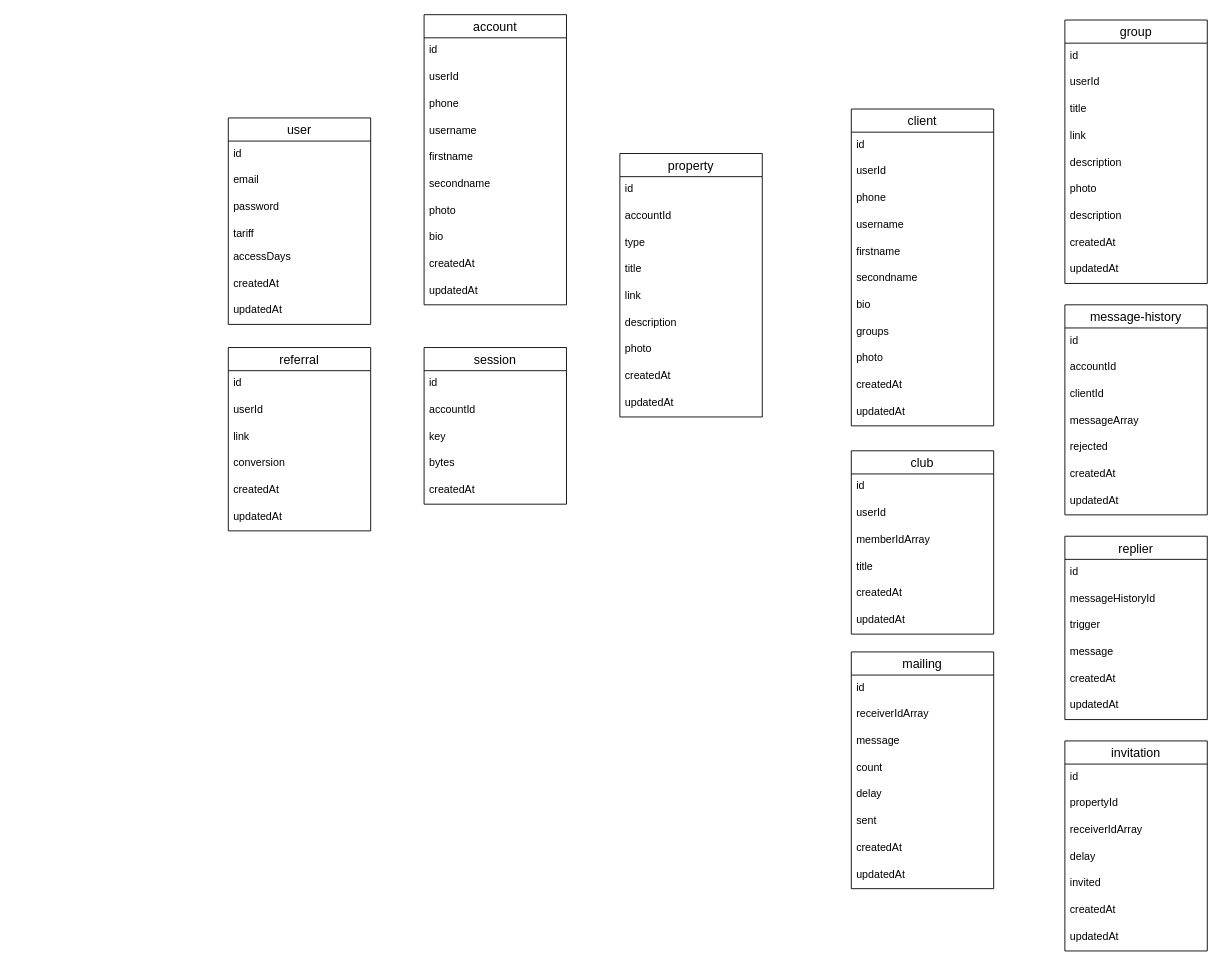
The draw.io diagram schema.drawio in Nick-Fed-Al-dev/telepanel, before the edit. Source tidied: cells renumbered, new cells numbered last; positions are measured from the earlier drawing's top-left corner, leaving out a move shared by most shapes. Both pictures are drawn from the tidied source at 89%, with x=0, y=0 at pixel (228, 14).
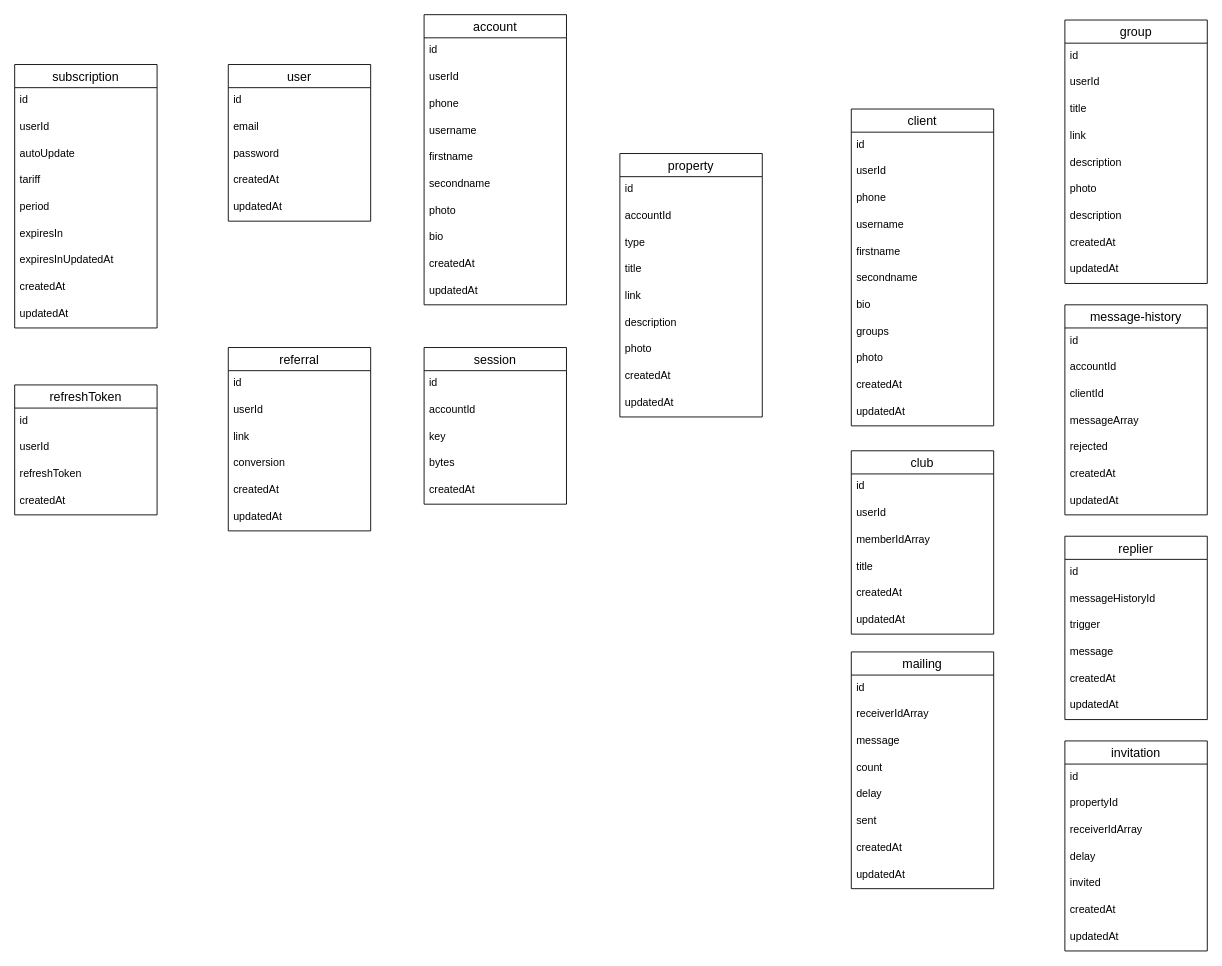
After the change.

Diff of the diagram source:
```diff
@@
     <mxCell id="2" value="user" style="swimlane;fontStyle=0;horizontal=1;startSize=26;align=center;fontSize=14;" parent="1" vertex="1">
-      <mxGeometry y="116" width="160" height="232" as="geometry" />
+      <mxGeometry y="56" width="160" height="176" as="geometry" />
     </mxCell>
@@
-    <mxCell id="6" value="tariff" style="text;strokeColor=none;fillColor=none;spacingLeft=4;spacingRight=4;overflow=hidden;fontSize=12;" parent="2" vertex="1">
-      <mxGeometry y="116" width="160" height="26" as="geometry" />
-    </mxCell>
-    <mxCell id="7" value="accessDays" style="text;strokeColor=none;fillColor=none;spacingLeft=4;spacingRight=4;overflow=hidden;fontSize=12;" parent="2" vertex="1">
-      <mxGeometry y="142" width="160" height="30" as="geometry" />
-    </mxCell>
     <mxCell id="8" value="createdAt" style="text;strokeColor=none;fillColor=none;spacingLeft=4;spacingRight=4;overflow=hidden;fontSize=12;" parent="2" vertex="1">
-      <mxGeometry y="172" width="160" height="30" as="geometry" />
+      <mxGeometry y="116" width="160" height="30" as="geometry" />
     </mxCell>
     <mxCell id="9" value="updatedAt" style="text;strokeColor=none;fillColor=none;spacingLeft=4;spacingRight=4;overflow=hidden;fontSize=12;" parent="2" vertex="1">
-      <mxGeometry y="202" width="160" height="30" as="geometry" />
+      <mxGeometry y="146" width="160" height="30" as="geometry" />
     </mxCell>
@@
+    <mxCell id="105" value="subscription" style="swimlane;fontStyle=0;horizontal=1;startSize=26;align=center;fontSize=14;" parent="1" vertex="1">
+      <mxGeometry x="-240" y="56" width="160" height="296" as="geometry" />
+    </mxCell>
+    <mxCell id="106" value="id" style="text;strokeColor=none;fillColor=none;spacingLeft=4;spacingRight=4;overflow=hidden;fontSize=12;" parent="105" vertex="1">
+      <mxGeometry y="26" width="160" height="30" as="geometry" />
+    </mxCell>
+    <mxCell id="107" value="userId" style="text;strokeColor=none;fillColor=none;spacingLeft=4;spacingRight=4;overflow=hidden;fontSize=12;" parent="105" vertex="1">
+      <mxGeometry y="56" width="160" height="30" as="geometry" />
+    </mxCell>
+    <mxCell id="108" value="autoUpdate" style="text;strokeColor=none;fillColor=none;spacingLeft=4;spacingRight=4;overflow=hidden;fontSize=12;" parent="105" vertex="1">
+      <mxGeometry y="86" width="160" height="30" as="geometry" />
+    </mxCell>
+    <mxCell id="6" value="tariff" style="text;strokeColor=none;fillColor=none;spacingLeft=4;spacingRight=4;overflow=hidden;fontSize=12;" parent="105" vertex="1">
+      <mxGeometry y="116" width="160" height="30" as="geometry" />
+    </mxCell>
+    <mxCell id="109" value="period" style="text;strokeColor=none;fillColor=none;spacingLeft=4;spacingRight=4;overflow=hidden;fontSize=12;" parent="105" vertex="1">
+      <mxGeometry y="146" width="160" height="30" as="geometry" />
+    </mxCell>
+    <mxCell id="110" value="expiresIn" style="text;strokeColor=none;fillColor=none;spacingLeft=4;spacingRight=4;overflow=hidden;fontSize=12;" parent="105" vertex="1">
+      <mxGeometry y="176" width="160" height="30" as="geometry" />
+    </mxCell>
+    <mxCell id="111" value="expiresInUpdatedAt" style="text;strokeColor=none;fillColor=none;spacingLeft=4;spacingRight=4;overflow=hidden;fontSize=12;" parent="105" vertex="1">
+      <mxGeometry y="206" width="160" height="30" as="geometry" />
+    </mxCell>
+    <mxCell id="112" value="createdAt" style="text;strokeColor=none;fillColor=none;spacingLeft=4;spacingRight=4;overflow=hidden;fontSize=12;" parent="105" vertex="1">
+      <mxGeometry y="236" width="160" height="30" as="geometry" />
+    </mxCell>
+    <mxCell id="113" value="updatedAt" style="text;strokeColor=none;fillColor=none;spacingLeft=4;spacingRight=4;overflow=hidden;fontSize=12;" parent="105" vertex="1">
+      <mxGeometry y="266" width="160" height="30" as="geometry" />
+    </mxCell>
+    <mxCell id="114" value="refreshToken" style="swimlane;fontStyle=0;horizontal=1;startSize=26;align=center;fontSize=14;" parent="1" vertex="1">
+      <mxGeometry x="-240" y="416" width="160" height="146" as="geometry" />
+    </mxCell>
+    <mxCell id="115" value="id" style="text;strokeColor=none;fillColor=none;spacingLeft=4;spacingRight=4;overflow=hidden;fontSize=12;" parent="114" vertex="1">
+      <mxGeometry y="26" width="160" height="30" as="geometry" />
+    </mxCell>
+    <mxCell id="116" value="userId" style="text;strokeColor=none;fillColor=none;spacingLeft=4;spacingRight=4;overflow=hidden;fontSize=12;" parent="114" vertex="1">
+      <mxGeometry y="56" width="160" height="30" as="geometry" />
+    </mxCell>
+    <mxCell id="117" value="refreshToken" style="text;strokeColor=none;fillColor=none;spacingLeft=4;spacingRight=4;overflow=hidden;fontSize=12;" parent="114" vertex="1">
+      <mxGeometry y="86" width="160" height="30" as="geometry" />
+    </mxCell>
+    <mxCell id="118" value="createdAt" style="text;strokeColor=none;fillColor=none;spacingLeft=4;spacingRight=4;overflow=hidden;fontSize=12;" parent="114" vertex="1">
+      <mxGeometry y="116" width="160" height="30" as="geometry" />
+    </mxCell>
```
